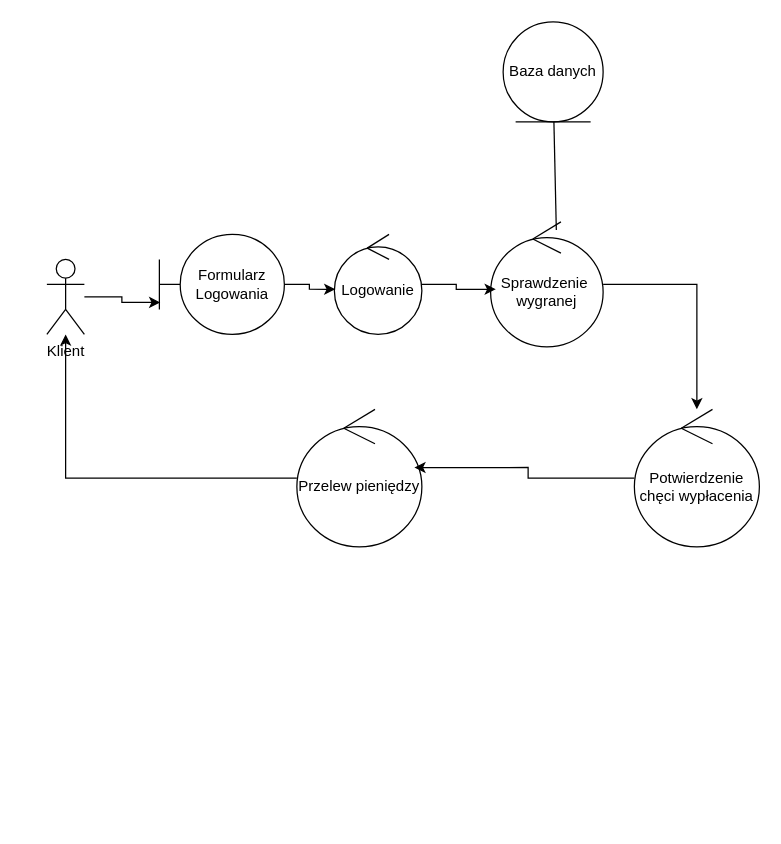
The draw.io diagram cw4/Przelanie_wygranej_kwoty.drawio in TISharker/PSI_Projekt, before the edit. Source tidied: cells renumbered, new cells numbered last; positions are measured from the earlier drawing's top-left corner, leaving out a move shared by most shapes. Both pictures are drawn from the tidied source at 125%, with x=0, y=0 at pixel (46, 21).
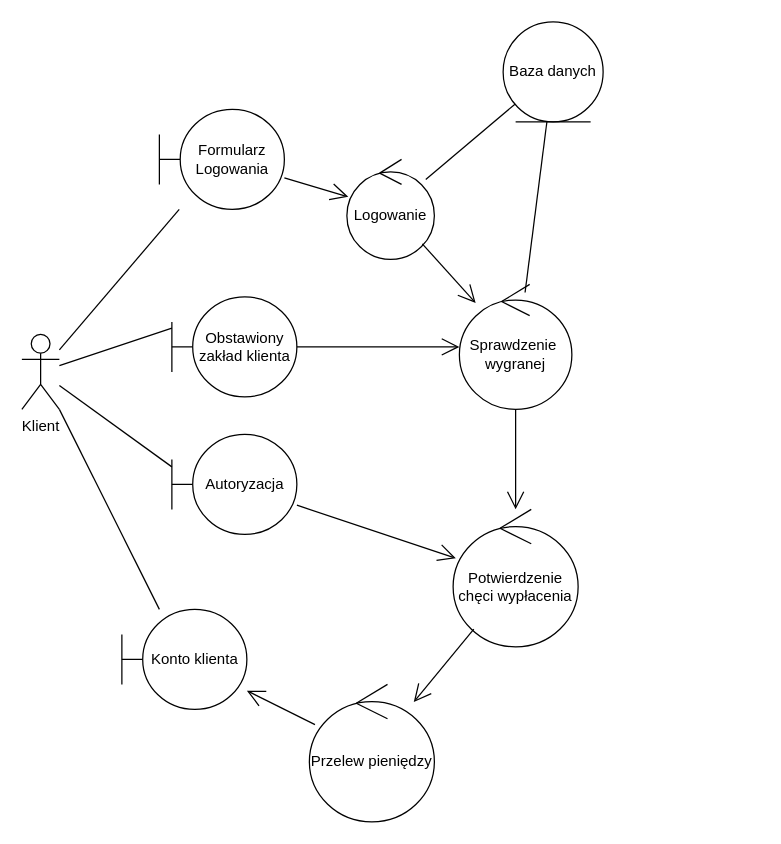
After the change.

Unchanged cells that the change refers to:
```xml
<mxCell id="7" value="Baza danych" style="ellipse;shape=umlEntity;whiteSpace=wrap;html=1;" parent="1" vertex="1">
  <mxGeometry x="365" width="80" height="80" as="geometry" />
</mxCell>
```

Diff of the diagram source:
```diff
@@
     <mxCell id="2" value="Klient&lt;div&gt;&lt;br&gt;&lt;/div&gt;" style="shape=umlActor;verticalLabelPosition=bottom;verticalAlign=top;html=1;outlineConnect=0;" parent="1" vertex="1">
-      <mxGeometry y="190" width="30" height="60" as="geometry" />
+      <mxGeometry x="-20" y="250" width="30" height="60" as="geometry" />
     </mxCell>
     <mxCell id="3" value="Formularz&lt;div&gt;Logowania&lt;/div&gt;" style="shape=umlBoundary;whiteSpace=wrap;html=1;" parent="1" vertex="1">
-      <mxGeometry x="90" y="170" width="100" height="80" as="geometry" />
+      <mxGeometry x="90" y="70" width="100" height="80" as="geometry" />
     </mxCell>
     <mxCell id="4" value="Logowanie" style="ellipse;shape=umlControl;whiteSpace=wrap;html=1;" parent="1" vertex="1">
-      <mxGeometry x="230" y="170" width="70" height="80" as="geometry" />
+      <mxGeometry x="240" y="110" width="70" height="80" as="geometry" />
     </mxCell>
-    <mxCell id="5" style="edgeStyle=orthogonalEdgeStyle;rounded=0;jettySize=auto;html=1;" parent="1" edge="1" source="6" target="8">
-      <mxGeometry relative="1" as="geometry" />
-    </mxCell>
     <mxCell id="6" value="Sprawdzenie&amp;nbsp;&lt;div&gt;wygranej&lt;/div&gt;" style="ellipse;shape=umlControl;whiteSpace=wrap;html=1;" parent="1" vertex="1">
-      <mxGeometry x="355" y="160" width="90" height="100" as="geometry" />
+      <mxGeometry x="330" y="210" width="90" height="100" as="geometry" />
     </mxCell>
@@
     <mxCell id="8" value="Potwierdzenie&lt;div&gt;chęci wypłacenia&lt;/div&gt;" style="ellipse;shape=umlControl;whiteSpace=wrap;html=1;" parent="1" vertex="1">
-      <mxGeometry x="470" y="310" width="100" height="110" as="geometry" />
+      <mxGeometry x="325" y="390" width="100" height="110" as="geometry" />
     </mxCell>
-    <mxCell id="9" style="edgeStyle=orthogonalEdgeStyle;rounded=0;jettySize=auto;html=1;" parent="1" edge="1" source="10" target="2">
-      <mxGeometry relative="1" as="geometry" />
-    </mxCell>
     <mxCell id="10" value="Przelew pieniędzy" style="ellipse;shape=umlControl;whiteSpace=wrap;html=1;" parent="1" vertex="1">
-      <mxGeometry x="200" y="310" width="100" height="110" as="geometry" />
+      <mxGeometry x="210" y="530" width="100" height="110" as="geometry" />
     </mxCell>
+    <mxCell id="14" style="endArrow=none;html=1;rounded=0;exitX=0.584;exitY=0.065;exitDx=0;exitDy=0;exitPerimeter=0;" parent="1" edge="1" source="6" target="7">
+      <mxGeometry relative="1" as="geometry" />
+    </mxCell>
+    <mxCell id="16" style="endArrow=none;html=1;rounded=0;" parent="1" edge="1" source="4" target="7">
+      <mxGeometry relative="1" as="geometry" />
+    </mxCell>
+    <mxCell id="13" style="endArrow=open;endFill=1;endSize=12;html=1;rounded=0;" parent="1" edge="1" source="4" target="6">
+      <mxGeometry relative="1" as="geometry" />
+    </mxCell>
+    <mxCell id="17" value="Obstawiony zakład klienta" style="shape=umlBoundary;whiteSpace=wrap;html=1;" parent="1" vertex="1">
+      <mxGeometry x="100" y="220" width="100" height="80" as="geometry" />
+    </mxCell>
+    <mxCell id="18" style="endArrow=none;html=1;rounded=0;entryX=0;entryY=0.313;entryDx=0;entryDy=0;entryPerimeter=0;" parent="1" edge="1" source="2" target="17">
+      <mxGeometry relative="1" as="geometry" />
+    </mxCell>
+    <mxCell id="19" style="endArrow=open;endFill=1;endSize=12;html=1;rounded=0;" parent="1" edge="1" source="17" target="6">
+      <mxGeometry relative="1" as="geometry" />
+    </mxCell>
+    <mxCell id="20" value="Autoryzacja" style="shape=umlBoundary;whiteSpace=wrap;html=1;" parent="1" vertex="1">
+      <mxGeometry x="100" y="330" width="100" height="80" as="geometry" />
+    </mxCell>
+    <mxCell id="21" style="endArrow=none;html=1;rounded=0;entryX=0;entryY=0.325;entryDx=0;entryDy=0;entryPerimeter=0;" parent="1" edge="1" source="2" target="20">
+      <mxGeometry relative="1" as="geometry" />
+    </mxCell>
+    <mxCell id="5" style="endArrow=open;endFill=1;endSize=12;html=1;rounded=0;" parent="1" edge="1" source="6" target="8">
+      <mxGeometry relative="1" as="geometry" />
+    </mxCell>
+    <mxCell id="22" style="endArrow=open;endFill=1;endSize=12;html=1;rounded=0;" parent="1" edge="1" source="20" target="8">
+      <mxGeometry relative="1" as="geometry" />
+    </mxCell>
+    <mxCell id="15" style="endArrow=open;endFill=1;endSize=12;html=1;rounded=0;" parent="1" edge="1" source="8" target="10">
+      <mxGeometry relative="1" as="geometry" />
+    </mxCell>
-    <mxCell id="11" style="edgeStyle=orthogonalEdgeStyle;rounded=0;jettySize=auto;html=1;entryX=0.007;entryY=0.68;entryDx=0;entryDy=0;entryPerimeter=0;" parent="1" edge="1" source="2" target="3">
+    <mxCell id="11" style="endArrow=none;html=1;rounded=0;" parent="1" edge="1" source="2" target="3">
       <mxGeometry relative="1" as="geometry" />
     </mxCell>
+    <mxCell id="23" value="Konto klienta" style="shape=umlBoundary;whiteSpace=wrap;html=1;" parent="1" vertex="1">
+      <mxGeometry x="60" y="470" width="100" height="80" as="geometry" />
+    </mxCell>
+    <mxCell id="24" style="endArrow=open;endFill=1;endSize=12;html=1;rounded=0;" parent="1" edge="1" source="10" target="23">
+      <mxGeometry relative="1" as="geometry" />
+    </mxCell>
+    <mxCell id="25" style="endArrow=none;html=1;rounded=0;" parent="1" edge="1" source="23" target="2">
+      <mxGeometry relative="1" as="geometry" />
+    </mxCell>
-    <mxCell id="12" style="edgeStyle=orthogonalEdgeStyle;rounded=0;jettySize=auto;html=1;entryX=0.011;entryY=0.549;entryDx=0;entryDy=0;entryPerimeter=0;" parent="1" edge="1" source="3" target="4">
+    <mxCell id="12" style="endArrow=open;endFill=1;endSize=12;html=1;rounded=0;" parent="1" edge="1" source="3" target="4">
       <mxGeometry relative="1" as="geometry" />
     </mxCell>
-    <mxCell id="13" style="edgeStyle=orthogonalEdgeStyle;rounded=0;jettySize=auto;html=1;entryX=0.046;entryY=0.539;entryDx=0;entryDy=0;entryPerimeter=0;" parent="1" edge="1" source="4" target="6">
-      <mxGeometry relative="1" as="geometry" />
-    </mxCell>
-    <mxCell id="14" style="endArrow=none;html=1;rounded=0;exitX=0.584;exitY=0.065;exitDx=0;exitDy=0;exitPerimeter=0;" parent="1" edge="1" source="6" target="7">
-      <mxGeometry relative="1" as="geometry" />
-    </mxCell>
-    <mxCell id="15" style="edgeStyle=orthogonalEdgeStyle;rounded=0;jettySize=auto;html=1;entryX=0.94;entryY=0.423;entryDx=0;entryDy=0;entryPerimeter=0;" parent="1" edge="1" source="8" target="10">
-      <mxGeometry relative="1" as="geometry" />
-    </mxCell>
```
